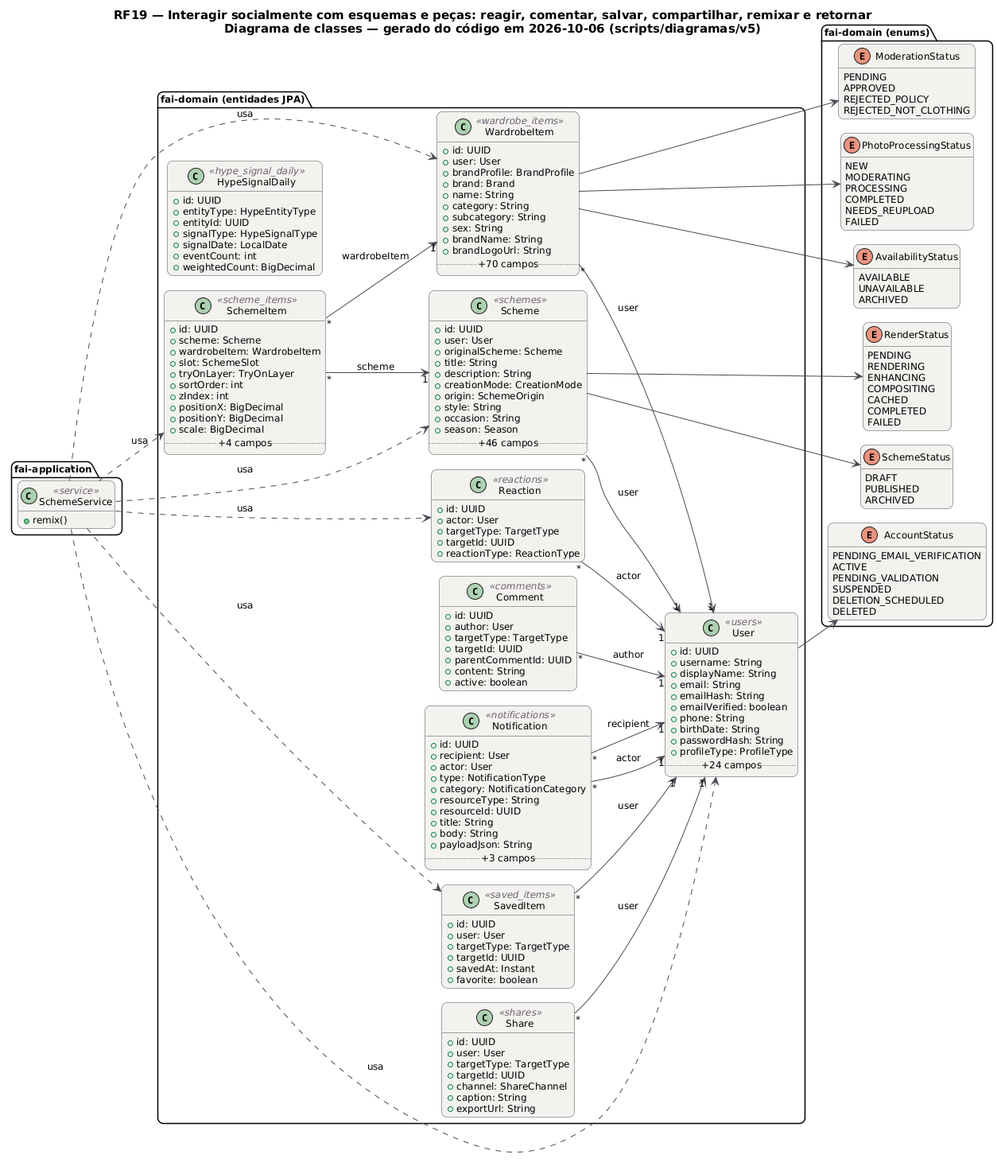
This is docs/diagramas/RF19/RF19_Classes.png from MatheusHaliski/tcc-2026-fashion-ai-backend, a PlantUML export, as it was before one commit. Source of this version:
```plantuml
@startuml RF19_Classes
!pragma layout smetana
skinparam backgroundColor #FFFFFF
skinparam shadowing false
skinparam defaultFontName "DejaVu Sans"
skinparam defaultFontSize 12
skinparam titleFontSize 15
skinparam roundcorner 14
skinparam ArrowColor #52606D
skinparam note {
  BackgroundColor #FFFDEB
  BorderColor #D8CE78
  FontColor #554F24
}
skinparam class {
  BackgroundColor #F4F2EF
  BorderColor #4A4852
  ArrowColor #4A4852
  StereotypeFontColor #6B6470
}
hide empty members
left to right direction
title RF19 — Interagir socialmente com esquemas e peças: reagir, comentar, salvar, compartilhar, remixar e retornar\nDiagrama de classes — gerado do código em 2026-10-06 (scripts/diagramas/v5)

package "fai-domain (entidades JPA)" {
  class Comment <<comments>> {
    +id: UUID
    +author: User
    +targetType: TargetType
    +targetId: UUID
    +parentCommentId: UUID
    +content: String
    +active: boolean
  }
  class HypeSignalDaily <<hype_signal_daily>> {
    +id: UUID
    +entityType: HypeEntityType
    +entityId: UUID
    +signalType: HypeSignalType
    +signalDate: LocalDate
    +eventCount: int
    +weightedCount: BigDecimal
  }
  class Notification <<notifications>> {
    +id: UUID
    +recipient: User
    +actor: User
    +type: NotificationType
    +category: NotificationCategory
    +resourceType: String
    +resourceId: UUID
    +title: String
    +body: String
    +payloadJson: String
    .. +3 campos ..
  }
  class Reaction <<reactions>> {
    +id: UUID
    +actor: User
    +targetType: TargetType
    +targetId: UUID
    +reactionType: ReactionType
  }
  class SavedItem <<saved_items>> {
    +id: UUID
    +user: User
    +targetType: TargetType
    +targetId: UUID
    +savedAt: Instant
    +favorite: boolean
  }
  class Scheme <<schemes>> {
    +id: UUID
    +user: User
    +originalScheme: Scheme
    +title: String
    +description: String
    +creationMode: CreationMode
    +origin: SchemeOrigin
    +style: String
    +occasion: String
    +season: Season
    .. +46 campos ..
  }
  class SchemeItem <<scheme_items>> {
    +id: UUID
    +scheme: Scheme
    +wardrobeItem: WardrobeItem
    +slot: SchemeSlot
    +tryOnLayer: TryOnLayer
    +sortOrder: int
    +zIndex: int
    +positionX: BigDecimal
    +positionY: BigDecimal
    +scale: BigDecimal
    .. +4 campos ..
  }
  class Share <<shares>> {
    +id: UUID
    +user: User
    +targetType: TargetType
    +targetId: UUID
    +channel: ShareChannel
    +caption: String
    +exportUrl: String
  }
  class User <<users>> {
    +id: UUID
    +username: String
    +displayName: String
    +email: String
    +emailHash: String
    +emailVerified: boolean
    +phone: String
    +birthDate: String
    +passwordHash: String
    +profileType: ProfileType
    .. +24 campos ..
  }
  class WardrobeItem <<wardrobe_items>> {
    +id: UUID
    +user: User
    +brandProfile: BrandProfile
    +brand: Brand
    +name: String
    +category: String
    +subcategory: String
    +sex: String
    +brandName: String
    +brandLogoUrl: String
    .. +70 campos ..
  }
}
package "fai-domain (enums)" {
  enum SchemeStatus {
    DRAFT
    PUBLISHED
    ARCHIVED
  }
  enum RenderStatus {
    PENDING
    RENDERING
    ENHANCING
    COMPOSITING
    CACHED
    COMPLETED
    FAILED
  }
  enum AccountStatus {
    PENDING_EMAIL_VERIFICATION
    ACTIVE
    PENDING_VALIDATION
    SUSPENDED
    DELETION_SCHEDULED
    DELETED
  }
  enum AvailabilityStatus {
    AVAILABLE
    UNAVAILABLE
    ARCHIVED
  }
  enum ModerationStatus {
    PENDING
    APPROVED
    REJECTED_POLICY
    REJECTED_NOT_CLOTHING
  }
  enum PhotoProcessingStatus {
    NEW
    MODERATING
    PROCESSING
    COMPLETED
    NEEDS_REUPLOAD
    FAILED
  }
}
package "fai-application" {
  class SchemeService <<service>> {
    +remix()
  }
}
SchemeService ..> Reaction : usa
SchemeService ..> SavedItem : usa
SchemeService ..> Scheme : usa
SchemeService ..> SchemeItem : usa
SchemeService ..> User : usa
SchemeService ..> WardrobeItem : usa
Comment "*" --> "1" User : author
Notification "*" --> "1" User : actor
Notification "*" --> "1" User : recipient
Reaction "*" --> "1" User : actor
SavedItem "*" --> "1" User : user
Scheme "*" --> "1" User : user
Scheme --> RenderStatus
Scheme --> SchemeStatus
SchemeItem "*" --> "1" Scheme : scheme
SchemeItem "*" --> "1" WardrobeItem : wardrobeItem
Share "*" --> "1" User : user
User --> AccountStatus
WardrobeItem "*" --> "1" User : user
WardrobeItem --> AvailabilityStatus
WardrobeItem --> ModerationStatus
WardrobeItem --> PhotoProcessingStatus
@enduml
```
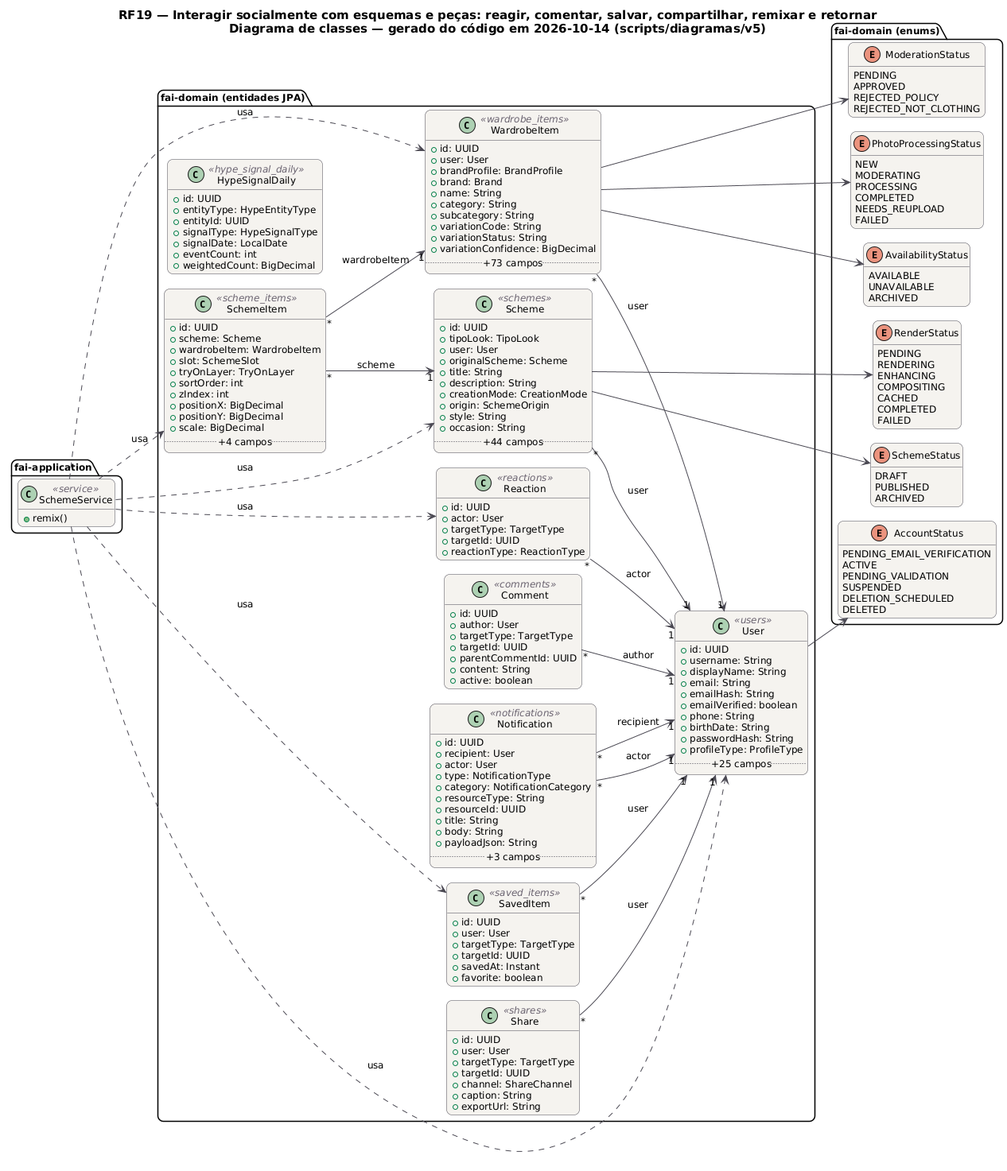
The same file after the commit.

Change to the diagram source:
```diff
@@ -20,7 +20,7 @@
 }
 hide empty members
 left to right direction
-title RF19 — Interagir socialmente com esquemas e peças: reagir, comentar, salvar, compartilhar, remixar e retornar\nDiagrama de classes — gerado do código em 2026-10-06 (scripts/diagramas/v5)
+title RF19 — Interagir socialmente com esquemas e peças: reagir, comentar, salvar, compartilhar, remixar e retornar\nDiagrama de classes — gerado do código em 2026-10-14 (scripts/diagramas/v5)
 
 package "fai-domain (entidades JPA)" {
   class Comment <<comments>> {
@@ -71,6 +71,7 @@
   }
   class Scheme <<schemes>> {
     +id: UUID
+    +tipoLook: TipoLook
     +user: User
     +originalScheme: Scheme
     +title: String
@@ -79,8 +80,7 @@
     +origin: SchemeOrigin
     +style: String
     +occasion: String
-    +season: Season
-    .. +46 campos ..
+    .. +44 campos ..
   }
   class SchemeItem <<scheme_items>> {
     +id: UUID
@@ -115,7 +115,7 @@
     +birthDate: String
     +passwordHash: String
     +profileType: ProfileType
-    .. +24 campos ..
+    .. +25 campos ..
   }
   class WardrobeItem <<wardrobe_items>> {
     +id: UUID
@@ -125,10 +125,10 @@
     +name: String
     +category: String
     +subcategory: String
-    +sex: String
-    +brandName: String
-    +brandLogoUrl: String
-    .. +70 campos ..
+    +variationCode: String
+    +variationStatus: String
+    +variationConfidence: BigDecimal
+    .. +73 campos ..
   }
 }
 package "fai-domain (enums)" {
```
